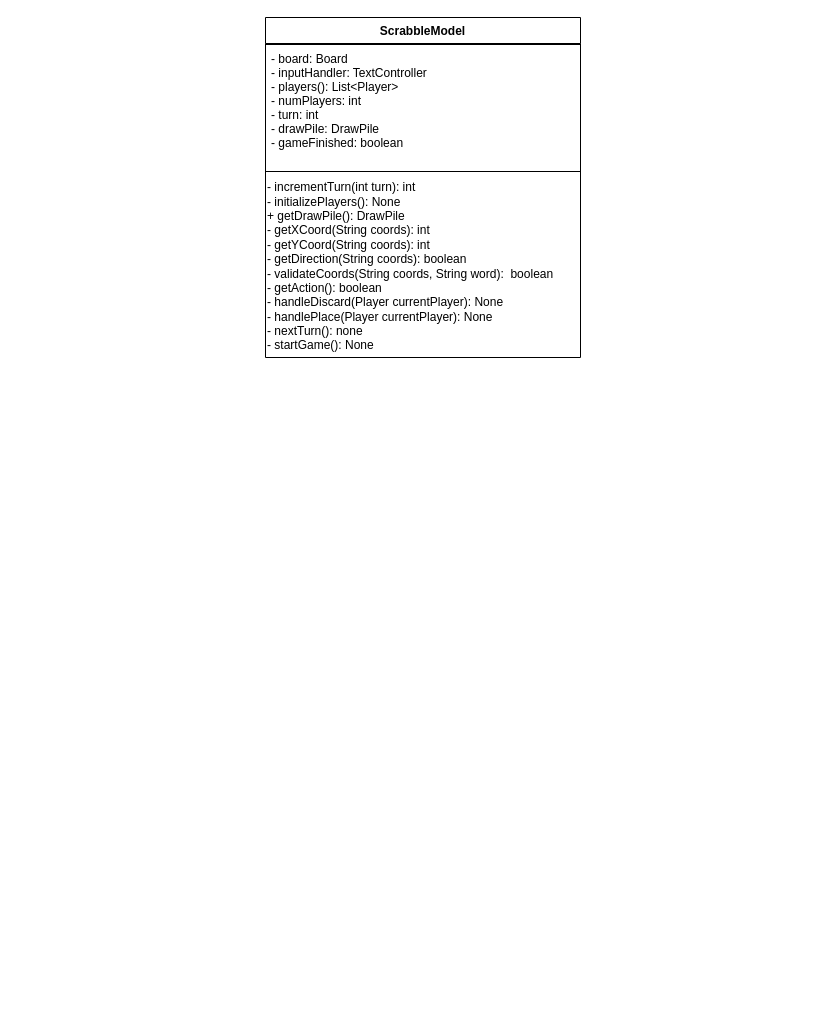
Earlier version of the draw.io diagram UML/ClassDiagrams/Model/ScrabbleModel.drawio (trk20/Scuffle). Source tidied: cells renumbered, new cells numbered last; positions are measured from the earlier drawing's top-left corner, leaving out a move shared by most shapes. Both pictures are drawn from the tidied source at 100%, with x=0, y=0 at pixel (265, 17).
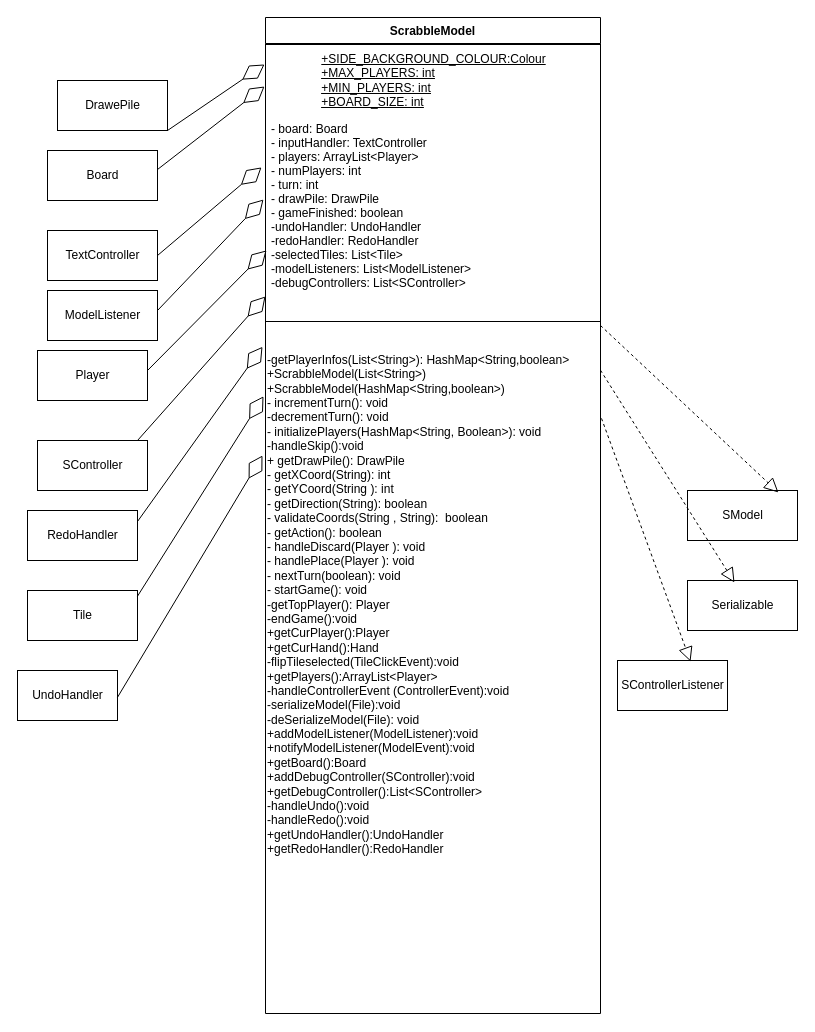
The same diagram, later.

Commit message (it also covers changes not shown here):
scrabblemodel UMl

Diff of the diagram source:
```diff
@@
-    <mxCell id="2" value="ScrabbleModel" style="swimlane;fontStyle=1;align=center;verticalAlign=top;horizontal=1;startSize=26;" parent="1" vertex="1">
-      <mxGeometry width="315" height="340" as="geometry" />
+    <mxCell id="2" value="ScrabbleModel" style="swimlane;fontStyle=1;align=center;verticalAlign=top;horizontal=1;startSize=26;fillColor=none;" parent="1" vertex="1">
+      <mxGeometry width="335" height="996" as="geometry" />
     </mxCell>
     <mxCell id="3" style="line;strokeWidth=1;fillColor=none;align=left;verticalAlign=middle;spacingTop=-1;spacingLeft=3;spacingRight=3;labelPosition=right;" parent="2" vertex="1">
-      <mxGeometry y="26" width="315" height="2" as="geometry" />
+      <mxGeometry y="26" width="335" height="2" as="geometry" />
     </mxCell>
+    <mxCell id="7" value="&lt;u&gt;+SIDE_BACKGROUND_COLOUR:Colour&lt;br&gt;&lt;div style=&quot;text-align: left;&quot;&gt;&lt;u style=&quot;background-color: initial;&quot;&gt;+MAX_PLAYERS: int&lt;/u&gt;&lt;/div&gt;&lt;div style=&quot;text-align: left;&quot;&gt;&lt;u style=&quot;background-color: initial;&quot;&gt;+MIN_PLAYERS: int&lt;/u&gt;&lt;/div&gt;&lt;div style=&quot;text-align: left;&quot;&gt;&lt;u style=&quot;background-color: initial;&quot;&gt;+BOARD_SIZE: int&lt;/u&gt;&lt;/div&gt;&lt;/u&gt;" style="text;html=1;align=center;verticalAlign=middle;points=[];strokeColor=none;fillColor=none;" parent="2" vertex="1">
+      <mxGeometry y="28" width="335" height="70" as="geometry" />
+    </mxCell>
-    <mxCell id="4" value="- board: Board&#10;- inputHandler: TextController&#10;- players(): List&lt;Player&gt;&#10;- numPlayers: int&#10;- turn: int&#10;- drawPile: DrawPile&#10;- gameFinished: boolean" style="text;strokeColor=none;fillColor=none;align=left;verticalAlign=top;spacingLeft=4;spacingRight=4;overflow=hidden;points=[[0,0.5],[1,0.5]];portConstraint=eastwest;" parent="2" vertex="1">
-      <mxGeometry y="28" width="315" height="122" as="geometry" />
+    <mxCell id="4" value="- board: Board&#10;- inputHandler: TextController&#10;- players: ArrayList&lt;Player&gt;&#10;- numPlayers: int&#10;- turn: int&#10;- drawPile: DrawPile&#10;- gameFinished: boolean&#10;-undoHandler: UndoHandler&#10;-redoHandler: RedoHandler&#10;-selectedTiles: List&lt;Tile&gt;&#10;-modelListeners: List&lt;ModelListener&gt;&#10;-debugControllers: List&lt;SController&gt;" style="text;strokeColor=none;fillColor=none;align=left;verticalAlign=top;spacingLeft=4;spacingRight=4;overflow=hidden;points=[[0,0.5],[1,0.5]];portConstraint=eastwest;" parent="2" vertex="1">
+      <mxGeometry y="98" width="335" height="202" as="geometry" />
     </mxCell>
     <mxCell id="5" style="line;strokeWidth=1;fillColor=none;align=left;verticalAlign=middle;spacingTop=-1;spacingLeft=3;spacingRight=3;labelPosition=right;" parent="2" vertex="1">
-      <mxGeometry y="150" width="315" height="8" as="geometry" />
+      <mxGeometry y="300" width="335" height="8" as="geometry" />
     </mxCell>
-    <mxCell id="6" value="&lt;span&gt;- incrementTurn(int turn): int&lt;/span&gt;&lt;br style=&quot;padding: 0px ; margin: 0px&quot;&gt;&lt;span&gt;- initializePlayers(): None&lt;/span&gt;&lt;br style=&quot;padding: 0px ; margin: 0px&quot;&gt;&lt;span&gt;+ getDrawPile(): DrawPile&lt;/span&gt;&lt;br style=&quot;padding: 0px ; margin: 0px&quot;&gt;&lt;span&gt;- getXCoord(String coords): int&lt;/span&gt;&lt;br style=&quot;padding: 0px ; margin: 0px&quot;&gt;&lt;span&gt;- getYCoord(String coords): int&lt;/span&gt;&lt;br style=&quot;padding: 0px ; margin: 0px&quot;&gt;&lt;span&gt;- getDirection(String coords): boolean&lt;/span&gt;&lt;br style=&quot;padding: 0px ; margin: 0px&quot;&gt;&lt;span&gt;- validateCoords(&lt;/span&gt;String&amp;nbsp;&lt;span&gt;coords,&amp;nbsp;&lt;/span&gt;String&amp;nbsp;&lt;span&gt;word):&amp;nbsp; boolean&lt;br&gt;- getAction(): boolean&lt;br&gt;- handleDiscard(Player currentPlayer): None&lt;br&gt;- handlePlace(Player currentPlayer): None&lt;br&gt;- nextTurn(): none&lt;br&gt;- startGame(): None&lt;br&gt;&lt;/span&gt;" style="text;html=1;strokeColor=none;fillColor=none;align=left;verticalAlign=middle;whiteSpace=wrap;rounded=0;" parent="2" vertex="1">
-      <mxGeometry y="158" width="315" height="182" as="geometry" />
+    <mxCell id="6" value="&lt;span&gt;&lt;br&gt;&lt;br&gt;-getPlayerInfos(List&amp;lt;String&amp;gt;): HashMap&amp;lt;String,boolean&amp;gt;&lt;br&gt;+ScrabbleModel(List&amp;lt;String&amp;gt;)&lt;br&gt;+ScrabbleModel(HashMap&amp;lt;String,boolean&amp;gt;)&lt;br&gt;- incrementTurn(): void&lt;br&gt;&lt;/span&gt;-decrementTurn(): void&lt;br style=&quot;padding: 0px ; margin: 0px&quot;&gt;&lt;span&gt;- initializePlayers(HashMap&amp;lt;String, Boolean&amp;gt;): void&lt;br&gt;&lt;/span&gt;-handleSkip():void&lt;br style=&quot;padding: 0px ; margin: 0px&quot;&gt;&lt;span&gt;+ getDrawPile(): DrawPile&lt;/span&gt;&lt;br style=&quot;padding: 0px ; margin: 0px&quot;&gt;&lt;span&gt;- getXCoord(String): int&lt;/span&gt;&lt;br style=&quot;padding: 0px ; margin: 0px&quot;&gt;&lt;span&gt;- getYCoord(String ): int&lt;/span&gt;&lt;br style=&quot;padding: 0px ; margin: 0px&quot;&gt;&lt;span&gt;- getDirection(String): boolean&lt;/span&gt;&lt;br style=&quot;padding: 0px ; margin: 0px&quot;&gt;&lt;span&gt;- validateCoords(&lt;/span&gt;String&amp;nbsp;&lt;span&gt;,&amp;nbsp;&lt;/span&gt;String&lt;span&gt;):&amp;nbsp; boolean&lt;br&gt;- getAction(): boolean&lt;br&gt;- handleDiscard(Player ): void&lt;br&gt;- handlePlace(Player ): void&lt;br&gt;- nextTurn(boolean): void&lt;br&gt;- startGame(): void&lt;br&gt;-getTopPlayer(): Player&lt;br&gt;-endGame():void&lt;br&gt;+getCurPlayer():Player&lt;br&gt;+getCurHand():Hand&lt;br&gt;-flipTileselected(TileClickEvent):void&lt;br&gt;+getPlayers():ArrayList&amp;lt;Player&amp;gt;&lt;br&gt;-handleControllerEvent (ControllerEvent):void&lt;br&gt;-serializeModel(File):void&lt;br&gt;-deSerializeModel(File): void&lt;br&gt;+addModelListener(ModelListener):void&lt;br&gt;+notifyModelListener(ModelEvent):void&lt;br&gt;+getBoard():Board&lt;br&gt;+addDebugController(SController):void&lt;br&gt;+getDebugController():List&amp;lt;SController&amp;gt;&lt;br&gt;-handleUndo():void&lt;br&gt;-handleRedo():void&lt;br&gt;+getUndoHandler():UndoHandler&lt;br&gt;+getRedoHandler():RedoHandler&lt;br&gt;&lt;br&gt;&lt;br&gt;&lt;br&gt;&lt;br&gt;&lt;br&gt;&lt;br&gt;&lt;br&gt;&lt;br&gt;&lt;br&gt;&lt;br&gt;&lt;br&gt;&lt;/span&gt;" style="text;html=1;strokeColor=none;fillColor=none;align=left;verticalAlign=middle;whiteSpace=wrap;rounded=0;" parent="2" vertex="1">
+      <mxGeometry y="308" width="335" height="688" as="geometry" />
     </mxCell>
+    <mxCell id="8" value="Serializable" style="html=1;" parent="1" vertex="1">
+      <mxGeometry x="422" y="563" width="110" height="50" as="geometry" />
+    </mxCell>
+    <mxCell id="9" value="SControllerListener" style="html=1;" parent="1" vertex="1">
+      <mxGeometry x="352" y="643" width="110" height="50" as="geometry" />
+    </mxCell>
+    <mxCell id="10" value="SModel" style="html=1;" parent="1" vertex="1">
+      <mxGeometry x="422" y="473" width="110" height="50" as="geometry" />
+    </mxCell>
+    <mxCell id="11" style="endArrow=block;dashed=1;endFill=0;endSize=12;html=1;rounded=0;exitX=1.003;exitY=0.135;exitDx=0;exitDy=0;exitPerimeter=0;entryX=0.664;entryY=0.02;entryDx=0;entryDy=0;entryPerimeter=0;" parent="1" edge="1" source="6" target="9">
+      <mxGeometry relative="1" as="geometry" />
+    </mxCell>
+    <mxCell id="12" style="endArrow=block;dashed=1;endFill=0;endSize=12;html=1;rounded=0;entryX=0.427;entryY=0.04;entryDx=0;entryDy=0;entryPerimeter=0;exitX=1;exitY=0.065;exitDx=0;exitDy=0;exitPerimeter=0;" parent="1" edge="1" source="6" target="8">
+      <mxGeometry relative="1" as="geometry" />
+    </mxCell>
+    <mxCell id="13" style="endArrow=block;dashed=1;endFill=0;endSize=12;html=1;rounded=0;exitX=1;exitY=0;exitDx=0;exitDy=0;entryX=0.827;entryY=0.04;entryDx=0;entryDy=0;entryPerimeter=0;" parent="1" edge="1" source="6" target="10">
+      <mxGeometry relative="1" as="geometry" />
+    </mxCell>
+    <mxCell id="14" value="Tile" style="html=1;fillColor=none;" parent="1" vertex="1">
+      <mxGeometry x="-238" y="573" width="110" height="50" as="geometry" />
+    </mxCell>
+    <mxCell id="15" value="UndoHandler" style="html=1;fillColor=none;" parent="1" vertex="1">
+      <mxGeometry x="-248" y="653" width="100" height="50" as="geometry" />
+    </mxCell>
+    <mxCell id="16" value="RedoHandler" style="html=1;fillColor=none;" parent="1" vertex="1">
+      <mxGeometry x="-238" y="493" width="110" height="50" as="geometry" />
+    </mxCell>
+    <mxCell id="17" value="ModelListener" style="html=1;fillColor=none;" parent="1" vertex="1">
+      <mxGeometry x="-218" y="273" width="110" height="50" as="geometry" />
+    </mxCell>
+    <mxCell id="18" value="SController" style="html=1;fillColor=none;" parent="1" vertex="1">
+      <mxGeometry x="-228" y="423" width="110" height="50" as="geometry" />
+    </mxCell>
+    <mxCell id="19" value="Player" style="html=1;fillColor=none;" parent="1" vertex="1">
+      <mxGeometry x="-228" y="333" width="110" height="50" as="geometry" />
+    </mxCell>
+    <mxCell id="20" value="TextController" style="html=1;fillColor=none;" parent="1" vertex="1">
+      <mxGeometry x="-218" y="213" width="110" height="50" as="geometry" />
+    </mxCell>
+    <mxCell id="21" value="DrawePile" style="html=1;fillColor=none;" parent="1" vertex="1">
+      <mxGeometry x="-208" y="63" width="110" height="50" as="geometry" />
+    </mxCell>
+    <mxCell id="22" value="Board" style="html=1;fillColor=none;" parent="1" vertex="1">
+      <mxGeometry x="-218" y="133" width="110" height="50" as="geometry" />
+    </mxCell>
+    <mxCell id="23" style="endArrow=diamondThin;endFill=0;endSize=24;html=1;rounded=0;exitX=1;exitY=0.5;exitDx=0;exitDy=0;entryX=-0.012;entryY=0.257;entryDx=0;entryDy=0;entryPerimeter=0;" parent="1" edge="1" source="20" target="4">
+      <mxGeometry relative="1" as="geometry" />
+    </mxCell>
+    <mxCell id="24" style="endArrow=diamondThin;endFill=0;endSize=24;html=1;rounded=0;entryX=-0.006;entryY=0.416;entryDx=0;entryDy=0;entryPerimeter=0;" parent="1" edge="1" target="4">
+      <mxGeometry relative="1" as="geometry">
+        <mxPoint x="-108" y="293" as="sourcePoint" />
+      </mxGeometry>
+    </mxCell>
+    <mxCell id="25" style="endArrow=diamondThin;endFill=0;endSize=24;html=1;rounded=0;entryX=0.003;entryY=0.668;entryDx=0;entryDy=0;entryPerimeter=0;" parent="1" edge="1" target="4">
+      <mxGeometry relative="1" as="geometry">
+        <mxPoint x="-118" y="353" as="sourcePoint" />
+      </mxGeometry>
+    </mxCell>
+    <mxCell id="26" style="endArrow=diamondThin;endFill=0;endSize=24;html=1;rounded=0;entryX=0;entryY=0.896;entryDx=0;entryDy=0;entryPerimeter=0;" parent="1" edge="1" target="4">
+      <mxGeometry relative="1" as="geometry">
+        <mxPoint x="-128" y="423" as="sourcePoint" />
+      </mxGeometry>
+    </mxCell>
+    <mxCell id="27" style="endArrow=diamondThin;endFill=0;endSize=24;html=1;rounded=0;entryX=-0.009;entryY=0.031;entryDx=0;entryDy=0;entryPerimeter=0;" parent="1" edge="1" target="6">
+      <mxGeometry relative="1" as="geometry">
+        <mxPoint x="-128" y="504" as="sourcePoint" />
+      </mxGeometry>
+    </mxCell>
+    <mxCell id="28" style="endArrow=diamondThin;endFill=0;endSize=24;html=1;rounded=0;entryX=-0.006;entryY=0.103;entryDx=0;entryDy=0;entryPerimeter=0;" parent="1" edge="1" target="6">
+      <mxGeometry relative="1" as="geometry">
+        <mxPoint x="-128" y="578.7" as="sourcePoint" />
+      </mxGeometry>
+    </mxCell>
+    <mxCell id="29" style="endArrow=diamondThin;endFill=0;endSize=24;html=1;rounded=0;entryX=-0.009;entryY=0.189;entryDx=0;entryDy=0;entryPerimeter=0;" parent="1" edge="1" target="6">
+      <mxGeometry relative="1" as="geometry">
+        <mxPoint x="-148" y="679.8" as="sourcePoint" />
+      </mxGeometry>
+    </mxCell>
+    <mxCell id="30" style="endArrow=diamondThin;endFill=0;endSize=24;html=1;rounded=0;entryX=-0.003;entryY=0.586;entryDx=0;entryDy=0;entryPerimeter=0;" parent="1" edge="1" target="7">
+      <mxGeometry relative="1" as="geometry">
+        <mxPoint x="-108" y="152" as="sourcePoint" />
+      </mxGeometry>
+    </mxCell>
+    <mxCell id="31" style="endArrow=diamondThin;endFill=0;endSize=24;html=1;rounded=0;entryX=-0.003;entryY=0.271;entryDx=0;entryDy=0;entryPerimeter=0;exitX=1;exitY=1;exitDx=0;exitDy=0;" parent="1" edge="1" source="21" target="7">
+      <mxGeometry relative="1" as="geometry" />
+    </mxCell>
```
